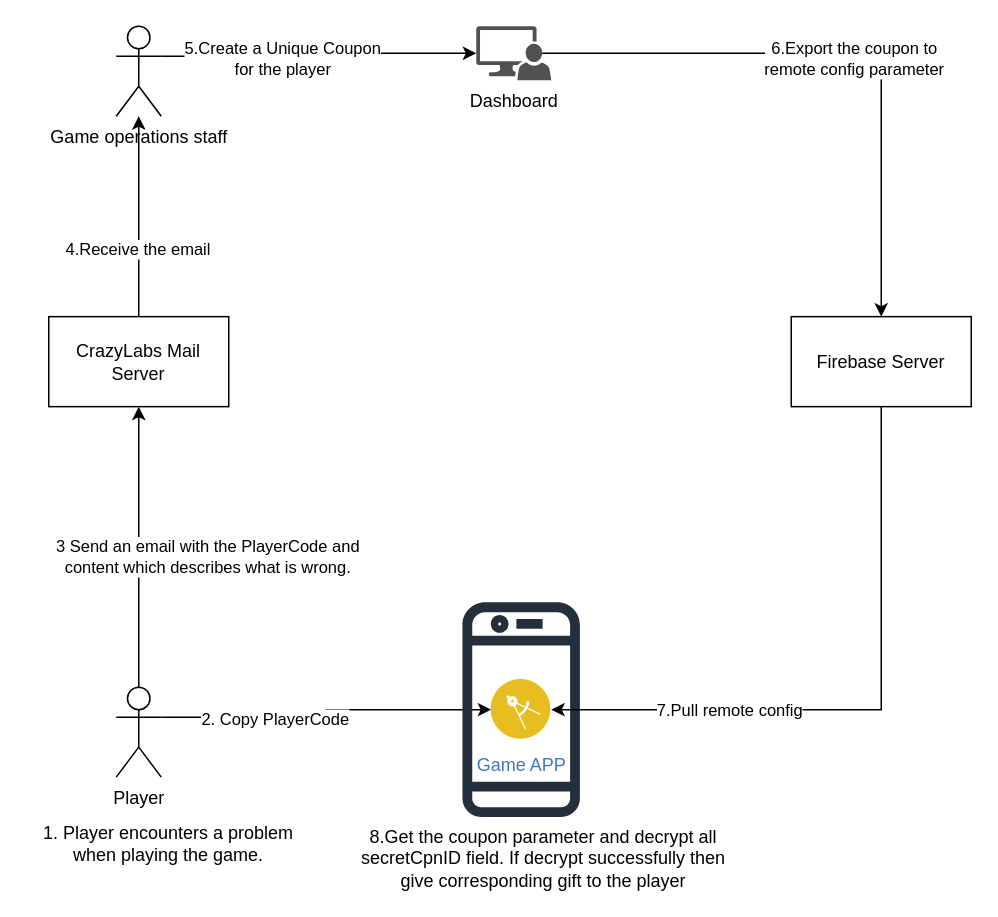
This is page "UniqueCoupon" (1 of 2) of Remote Config Coupon Architecture.drawio from yaohuiwu/SimpleFS, a draw.io file, before an edit. Source tidied: cells renumbered, new cells numbered last; positions are measured from the earlier drawing's top-left corner, leaving out a move shared by most shapes. Both pictures are drawn from the tidied source at 150%, with x=0, y=0 at pixel (26, 26).
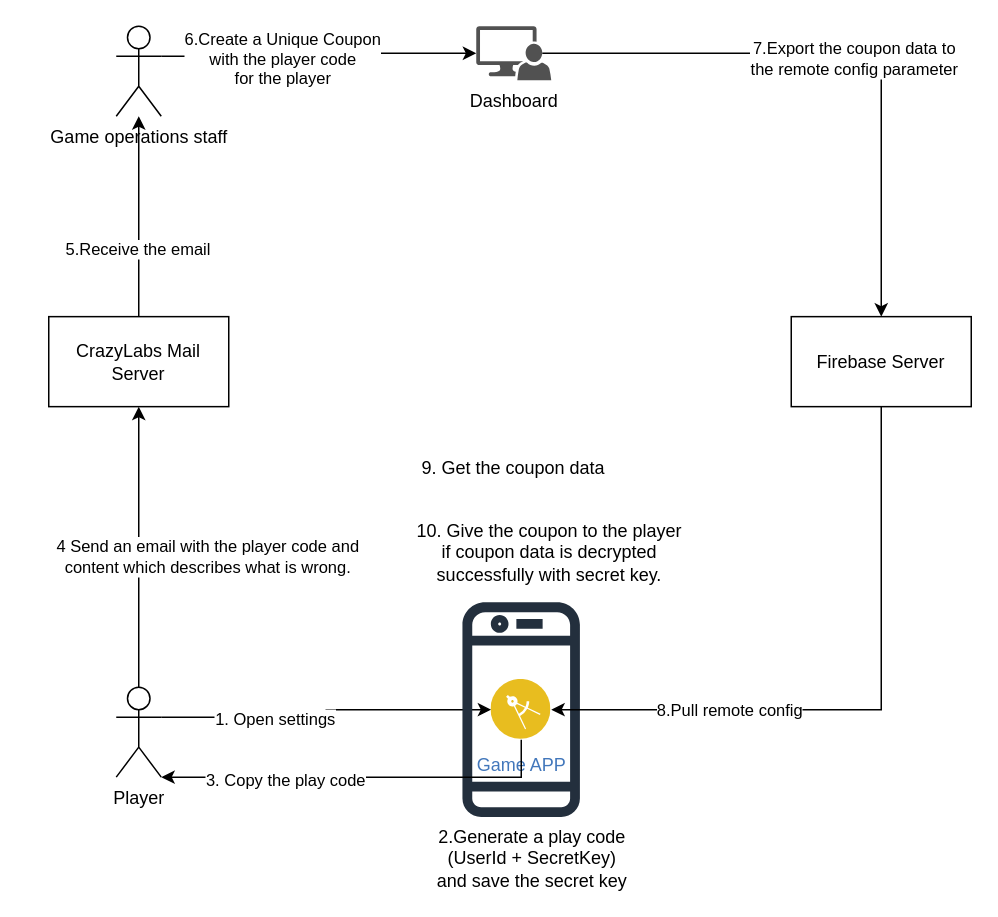
The same page after the edit.

Unchanged cells that the change refers to:
```xml
<mxCell id="2" style="edgeStyle=orthogonalEdgeStyle;rounded=0;jettySize=auto;html=1;exitX=1;exitY=0.3333333333333333;exitDx=0;exitDy=0;exitPerimeter=0;entryX=0;entryY=0.5;entryDx=0;entryDy=0;" parent="1" edge="1" source="6" target="17">
  <mxGeometry relative="1" as="geometry" />
</mxCell>
<mxCell id="4" style="edgeStyle=orthogonalEdgeStyle;rounded=0;jettySize=auto;html=1;exitX=0.5;exitY=0;exitDx=0;exitDy=0;exitPerimeter=0;entryX=0.5;entryY=1;entryDx=0;entryDy=0;" parent="1" edge="1" source="6" target="13">
  <mxGeometry relative="1" as="geometry" />
</mxCell>
<mxCell id="6" value="Player" style="shape=umlActor;verticalLabelPosition=bottom;verticalAlign=top;html=1;outlineConnect=0;" parent="1" vertex="1">
  <mxGeometry x="60" y="440.6" width="30" height="60" as="geometry" />
</mxCell>
<mxCell id="8" style="edgeStyle=orthogonalEdgeStyle;rounded=0;jettySize=auto;html=1;exitX=0.5;exitY=1;exitDx=0;exitDy=0;entryX=1;entryY=0.5;entryDx=0;entryDy=0;" parent="1" edge="1" source="10" target="17">
  <mxGeometry relative="1" as="geometry" />
</mxCell>
<mxCell id="11" style="edgeStyle=orthogonalEdgeStyle;rounded=0;jettySize=auto;html=1;exitX=0.5;exitY=0;exitDx=0;exitDy=0;" parent="1" edge="1" source="13" target="18">
  <mxGeometry relative="1" as="geometry">
    <Array as="points">
      <mxPoint x="75" y="223.6" />
      <mxPoint x="75" y="223.6" />
    </Array>
  </mxGeometry>
</mxCell>
<mxCell id="14" style="edgeStyle=orthogonalEdgeStyle;rounded=0;jettySize=auto;html=1;exitX=0.88;exitY=0.5;exitDx=0;exitDy=0;exitPerimeter=0;" parent="1" edge="1" source="16" target="10">
  <mxGeometry relative="1" as="geometry" />
</mxCell>
<mxCell id="17" value="Game APP" style="image;perimeter=ellipsePerimeter;html=1;align=center;shadow=0;dashed=0;fontColor=#4277BB;labelBackgroundColor=default;fontSize=12;spacingTop=3;image=img/lib/ibm/applications/mobile_app.svg;" parent="1" vertex="1">
  <mxGeometry x="310" y="435.6" width="40" height="40" as="geometry" />
</mxCell>
<mxCell id="19" style="edgeStyle=orthogonalEdgeStyle;rounded=0;jettySize=auto;html=1;exitX=1;exitY=0.3333333333333333;exitDx=0;exitDy=0;exitPerimeter=0;entryX=0;entryY=0.5;entryDx=0;entryDy=0;entryPerimeter=0;" parent="1" edge="1" source="18" target="16">
  <mxGeometry relative="1" as="geometry" />
</mxCell>
```

What changed in the source:
```diff
@@
-    <mxCell id="3" value="2. Copy PlayerCode" style="edgeLabel;html=1;align=center;verticalAlign=middle;" parent="2" vertex="1">
+    <mxCell id="3" value="1. Open settings" style="edgeLabel;html=1;align=center;verticalAlign=middle;" parent="2" vertex="1">
       <mxGeometry x="-0.33" y="-1" relative="1" as="geometry" />
     </mxCell>
@@
-    <mxCell id="5" value="3 Send an email with the PlayerCode and &lt;br&gt;content which describes what is wrong." style="edgeLabel;html=1;align=center;verticalAlign=middle;" parent="4" vertex="1">
+    <mxCell id="5" value="4 Send an email with the player code and &lt;br&gt;content which describes what is wrong." style="edgeLabel;html=1;align=center;verticalAlign=middle;" parent="4" vertex="1">
       <mxGeometry x="-0.21" y="-4" relative="1" as="geometry">
         <mxPoint x="41" y="-13" as="offset" />
       </mxGeometry>
     </mxCell>
@@
-    <mxCell id="9" value="7.Pull remote config" style="edgeLabel;html=1;align=center;verticalAlign=middle;" parent="8" vertex="1">
+    <mxCell id="9" value="8.Pull remote config" style="edgeLabel;html=1;align=center;verticalAlign=middle;" parent="8" vertex="1">
       <mxGeometry x="0.44" relative="1" as="geometry" />
     </mxCell>
@@
-    <mxCell id="12" value="4.Receive the email&amp;nbsp;" style="edgeLabel;html=1;align=center;verticalAlign=middle;" parent="11" vertex="1">
+    <mxCell id="12" value="5.Receive the email&amp;nbsp;" style="edgeLabel;html=1;align=center;verticalAlign=middle;" parent="11" vertex="1">
       <mxGeometry x="0.08" relative="1" as="geometry" />
     </mxCell>
@@
-    <mxCell id="15" value="6.Export the coupon to &lt;br&gt;remote config parameter" style="edgeLabel;html=1;align=center;verticalAlign=middle;" parent="14" vertex="1">
+    <mxCell id="15" value="7.Export the coupon data to &lt;br&gt;the remote config parameter" style="edgeLabel;html=1;align=center;verticalAlign=middle;" parent="14" vertex="1">
       <mxGeometry x="0.03" y="-3" relative="1" as="geometry" />
     </mxCell>
@@
-    <mxCell id="20" value="5.Create a Unique Coupon &lt;br&gt;for the player" style="edgeLabel;html=1;align=center;verticalAlign=middle;" parent="19" vertex="1">
+    <mxCell id="20" value="6.Create a Unique Coupon &lt;br&gt;with the player code &lt;br&gt;for the player" style="edgeLabel;html=1;align=center;verticalAlign=middle;" parent="19" vertex="1">
       <mxGeometry x="-0.25" y="-1" relative="1" as="geometry" />
     </mxCell>
-    <mxCell id="21" value="8.Get the coupon parameter and decrypt all secretCpnID field. If decrypt successfully then give corresponding gift to the player" style="text;html=1;strokeColor=none;fillColor=none;align=center;verticalAlign=middle;whiteSpace=wrap;rounded=0;" parent="1" vertex="1">
-      <mxGeometry x="220" y="540" width="250" height="30" as="geometry" />
-    </mxCell>
-    <mxCell id="22" value="1. Player encounters a problem&lt;br style=&quot;border-color: var(--border-color);&quot;&gt;&lt;span style=&quot;&quot;&gt;when playing the game.&lt;/span&gt;" style="text;html=1;strokeColor=none;fillColor=none;align=center;verticalAlign=middle;whiteSpace=wrap;rounded=0;" parent="1" vertex="1">
-      <mxGeometry y="530.1" width="190" height="30" as="geometry" />
-    </mxCell>
+    <mxCell id="23" value="2.Generate a play code (UserId + SecretKey) and save the secret key" style="text;html=1;strokeColor=none;fillColor=none;align=center;verticalAlign=middle;whiteSpace=wrap;rounded=0;" parent="1" vertex="1">
+      <mxGeometry x="270" y="540" width="135" height="30" as="geometry" />
+    </mxCell>
+    <mxCell id="24" style="edgeStyle=orthogonalEdgeStyle;rounded=0;jettySize=auto;html=1;exitX=0.5;exitY=1;exitDx=0;exitDy=0;entryX=1;entryY=1;entryDx=0;entryDy=0;entryPerimeter=0;" parent="1" edge="1" source="17" target="6">
+      <mxGeometry relative="1" as="geometry">
+        <Array as="points">
+          <mxPoint x="330" y="501" />
+        </Array>
+      </mxGeometry>
+    </mxCell>
+    <mxCell id="25" value="3. Copy the play code" style="edgeLabel;html=1;align=center;verticalAlign=middle;" parent="24" vertex="1">
+      <mxGeometry x="0.38" y="2" relative="1" as="geometry" />
+    </mxCell>
+    <mxCell id="26" value="10. Give the coupon to the player if coupon data is decrypted successfully with secret key." style="text;html=1;strokeColor=none;fillColor=none;align=center;verticalAlign=middle;whiteSpace=wrap;rounded=0;" parent="1" vertex="1">
+      <mxGeometry x="255" y="321.1" width="187.5" height="60" as="geometry" />
+    </mxCell>
+    <mxCell id="27" value="9. Get the coupon data" style="text;html=1;strokeColor=none;fillColor=none;align=center;verticalAlign=middle;whiteSpace=wrap;rounded=0;" parent="1" vertex="1">
+      <mxGeometry x="255" y="280" width="140" height="30" as="geometry" />
+    </mxCell>
```
